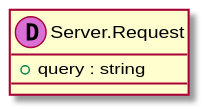
Earlier version of the PlantUML export demo/markdown/ServerPackage/ServerAuthenticatedata-model-parameter0.svg (anz-bank/sysl-catalog).
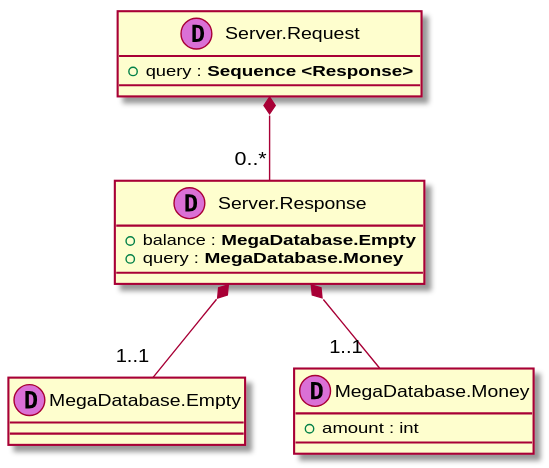
The same diagram one commit later.

Diff of the diagram source:
```diff
@@ -1,6 +1,18 @@
 @startuml
 
-class "Server.Request" as _0 << (D,orchid) >> {
-+ query : string
+class "MegaDatabase.Empty" as _0<< (D,orchid) >> {
 }
+class "MegaDatabase.Money" as _1 << (D,orchid) >> {
++ amount : int
+}
+class "Server.Request" as _2 << (D,orchid) >> {
++ query : **Sequence <Response>**
+}
+class "Server.Response" as _3 << (D,orchid) >> {
++ balance : **MegaDatabase.Empty**
++ query : **MegaDatabase.Money**
+}
+_2 *-- "0..*" _3
+_3 *-- "1..1 " _0
+_3 *-- "1..1 " _1
 @enduml
```
